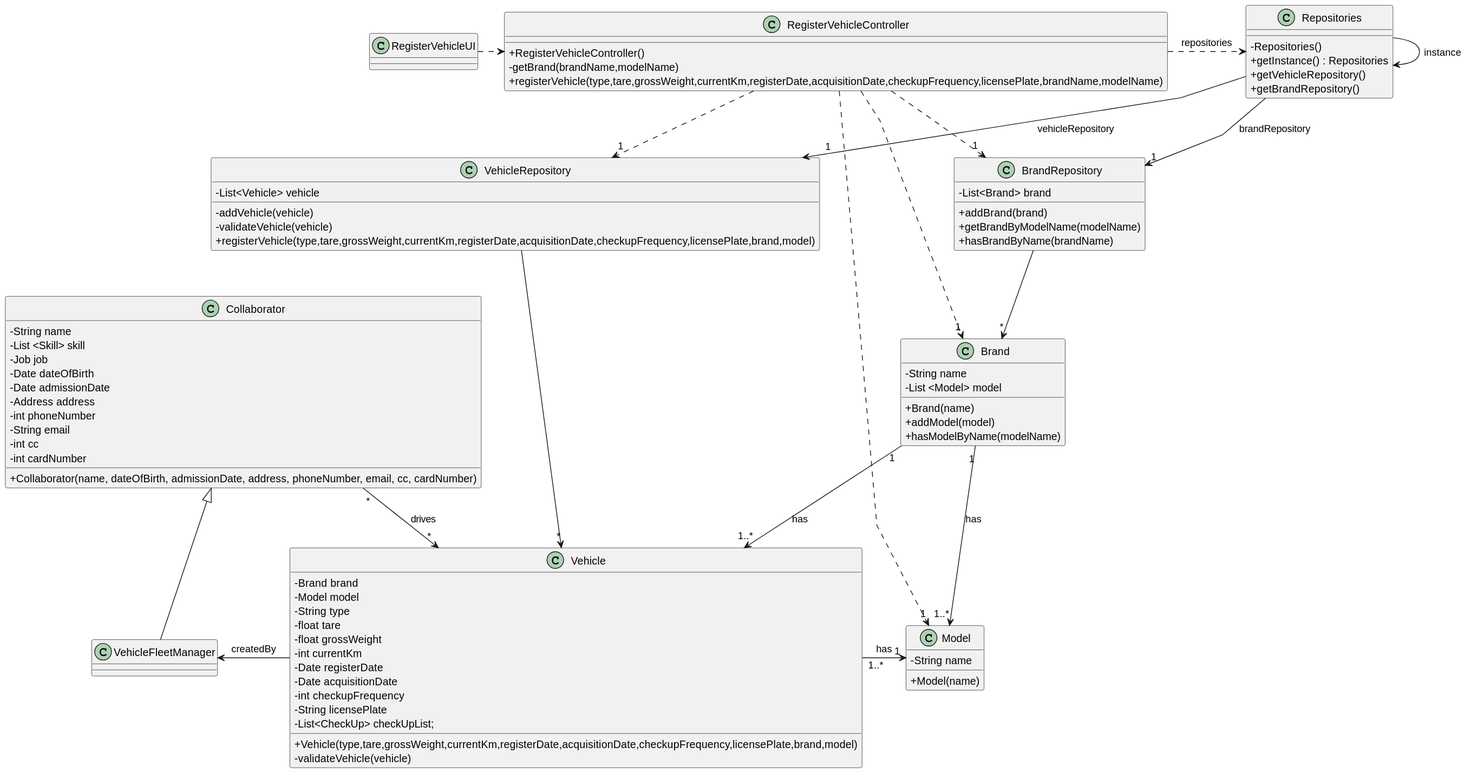
Earlier version of the PlantUML export docs/sprint2/us06/03.design/svg/us06-class-diagram.svg (Departamento-de-Engenharia-Informatica/lei-24-s2-1db-g022).
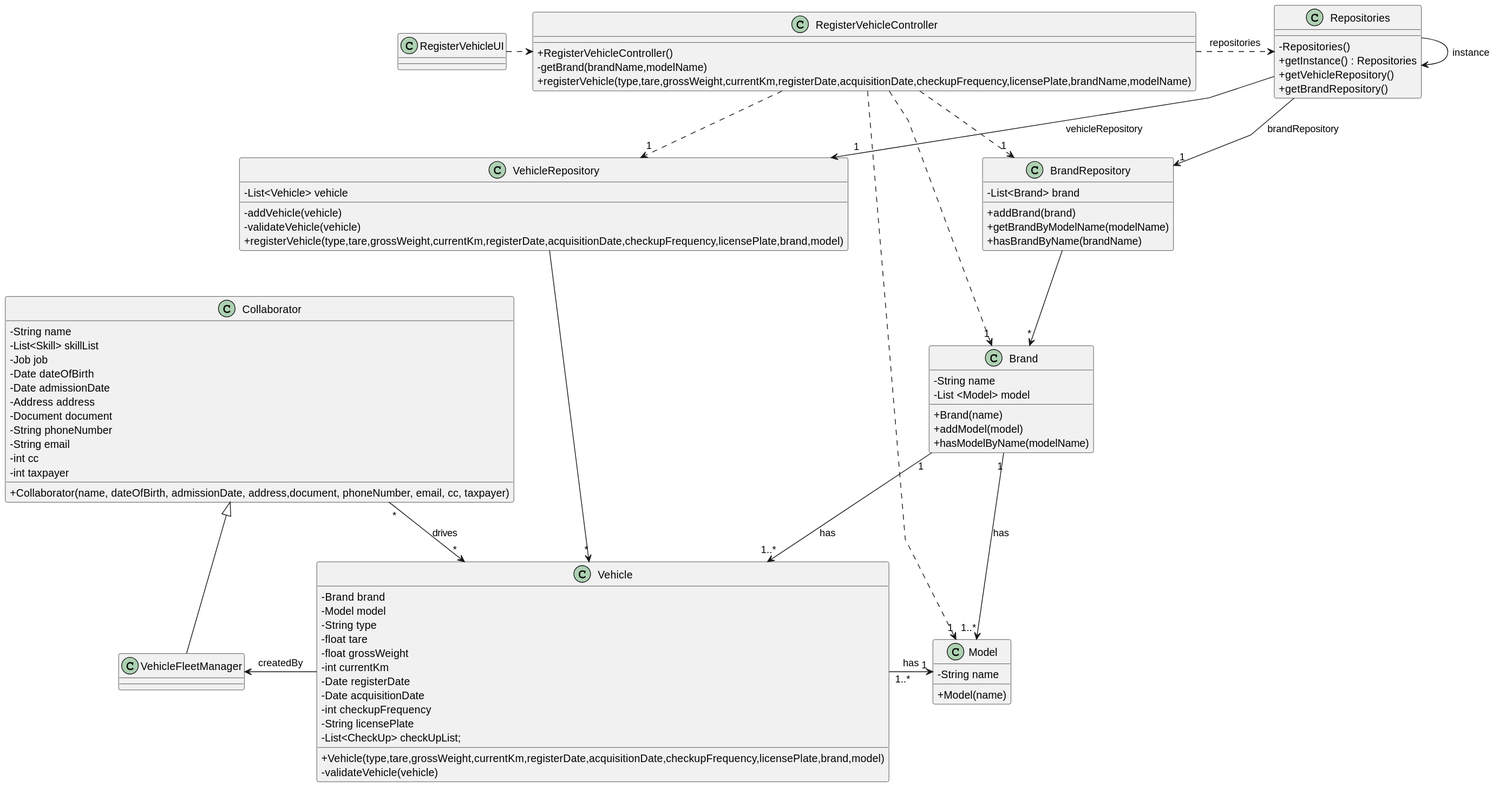
After the change.

Commit message:
correction class diagram of US01, US02 ,US05 and US06 svg image creation for the same US's

What changed in the source:
```diff
@@ -50,17 +50,18 @@
 
 class Collaborator {
     -String name
-    -List <Skill> skill
+    -List<Skill> skillList
     -Job job
     -Date dateOfBirth
     -Date admissionDate
     -Address address
-    -int phoneNumber
+    -Document document
+    -String phoneNumber
     -String email
     -int cc
-    -int cardNumber
+    -int taxpayer
 
-    +Collaborator(name, dateOfBirth, admissionDate, address, phoneNumber, email, cc, cardNumber)
+    + Collaborator(name, dateOfBirth, admissionDate, address,document, phoneNumber, email, cc, taxpayer)
 }
 
 class VehicleFleetManager {
```
